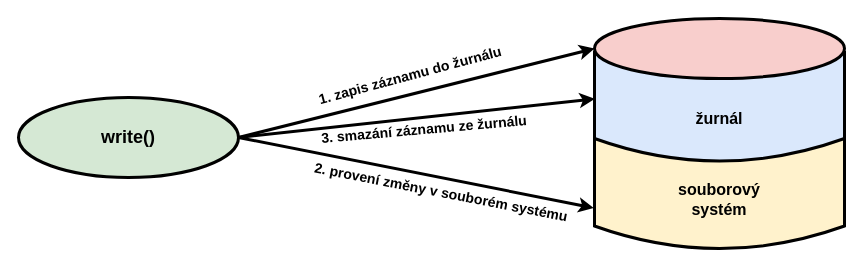
This is diagrams/journaling/journaling.drawio from Doly02/thesis, a draw.io file, before an edit. Source tidied: cells renumbered, new cells numbered last; positions are measured from the earlier drawing's top-left corner, leaving out a move shared by most shapes. Both pictures are drawn from the tidied source at 100%, with x=0, y=0 at pixel (18, -18).
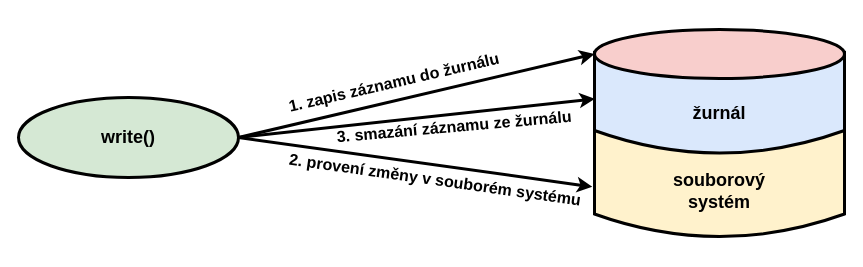
The same page after the edit.

What changed in the source:
```diff
@@
 <mxGraphModel>
   <root>
     <mxCell id="0" />
     <mxCell id="1" parent="0" />
     <mxCell id="2" value="&lt;font style=&quot;font-size: 18px;&quot;&gt;&lt;b style=&quot;&quot;&gt;write()&lt;/b&gt;&lt;/font&gt;" style="ellipse;whiteSpace=wrap;html=1;strokeWidth=3;fillColor=#d5e8d4;strokeColor=#000000;" parent="1" vertex="1">
       <mxGeometry y="115" width="220" height="80" as="geometry" />
     </mxCell>
     <mxCell id="3" style="endArrow=classic;html=1;rounded=0;exitX=1;exitY=0.5;exitDx=0;exitDy=0;entryX=0;entryY=0.5;entryDx=0;entryDy=0;strokeWidth=3;" parent="1" edge="1" source="2" target="8">
       <mxGeometry relative="1" as="geometry" />
     </mxCell>
     <mxCell id="4" style="endArrow=classic;html=1;rounded=0;entryX=0.579;entryY=0.001;entryDx=0;entryDy=0;strokeWidth=3;entryPerimeter=0;" parent="1" edge="1" target="7">
       <mxGeometry relative="1" as="geometry">
         <mxPoint x="220" y="155" as="sourcePoint" />
       </mxGeometry>
     </mxCell>
-    <mxCell id="5" style="endArrow=classic;html=1;rounded=0;strokeWidth=3;entryX=0.369;entryY=-0.003;entryDx=0;entryDy=0;entryPerimeter=0;" parent="1" edge="1" target="9">
+    <mxCell id="5" style="endArrow=classic;html=1;rounded=0;strokeWidth=3;entryX=0.469;entryY=-0.009;entryDx=0;entryDy=0;entryPerimeter=0;" parent="1" edge="1" target="9">
       <mxGeometry relative="1" as="geometry">
         <mxPoint x="220" y="155" as="sourcePoint" />
       </mxGeometry>
     </mxCell>
-    <mxCell id="6" style="group;" parent="1" vertex="1">
-      <mxGeometry x="576" y="36" width="250" height="230" as="geometry" />
-    </mxCell>
+    <mxCell id="12" value="&lt;b&gt;&lt;font style=&quot;font-size: 16px;&quot;&gt;2. provení změny v souborém systému&lt;/font&gt;&lt;/b&gt;" style="text;html=1;align=center;verticalAlign=middle;whiteSpace=wrap;rounded=0;rotation=8;" parent="1" vertex="1">
+      <mxGeometry x="266.5" y="185.2" width="299.5" height="24" as="geometry" />
+    </mxCell>
+    <mxCell id="13" value="&lt;b&gt;&lt;font style=&quot;font-size: 16px;&quot;&gt;1. zapis záznamu do žurnálu&lt;/font&gt;&lt;/b&gt;" style="text;html=1;align=left;verticalAlign=middle;whiteSpace=wrap;rounded=0;rotation=347;" parent="1" vertex="1">
+      <mxGeometry x="264.9" y="78.4" width="291" height="27" as="geometry" />
+    </mxCell>
+    <mxCell id="14" value="&lt;b&gt;&lt;font style=&quot;font-size: 16px;&quot;&gt;3. smazání záznamu ze žurnálu&lt;/font&gt;&lt;/b&gt;" style="text;html=1;align=center;verticalAlign=middle;whiteSpace=wrap;rounded=0;rotation=-5;" parent="1" vertex="1">
+      <mxGeometry x="301" y="129" width="270" height="30" as="geometry" />
+    </mxCell>
-    <mxCell id="7" style="shape=dataStorage;whiteSpace=wrap;html=1;fixedSize=1;rotation=-90;size=12.5;fillColor=#dae8fc;strokeColor=#000000;strokeWidth=3;" parent="6" vertex="1">
-      <mxGeometry x="70" y="-36" width="110" height="250" as="geometry" />
+    <mxCell id="7" style="shape=dataStorage;whiteSpace=wrap;html=1;fixedSize=1;rotation=-90;size=12.5;fillColor=#dae8fc;strokeColor=#000000;strokeWidth=3;" parent="1" vertex="1">
+      <mxGeometry x="646" width="110" height="250" as="geometry" />
     </mxCell>
-    <mxCell id="8" style="ellipse;whiteSpace=wrap;html=1;fillColor=#f8cecc;strokeColor=#000000;strokeWidth=3;" parent="6" vertex="1">
-      <mxGeometry width="250" height="60" as="geometry" />
+    <mxCell id="8" style="ellipse;whiteSpace=wrap;html=1;fillColor=#f8cecc;strokeColor=#000000;strokeWidth=3;" parent="1" vertex="1">
+      <mxGeometry x="576" y="47" width="250" height="49" as="geometry" />
     </mxCell>
-    <mxCell id="9" style="shape=dataStorage;whiteSpace=wrap;html=1;fixedSize=1;rotation=-90;size=22.5;fillColor=#fff2cc;strokeColor=#000000;strokeWidth=3;" parent="6" vertex="1">
-      <mxGeometry x="70" y="50" width="110" height="250" as="geometry" />
+    <mxCell id="9" style="shape=dataStorage;whiteSpace=wrap;html=1;fixedSize=1;rotation=-90;size=22.5;fillColor=#fff2cc;strokeColor=#000000;strokeWidth=3;" parent="1" vertex="1">
+      <mxGeometry x="648" y="76" width="106" height="250" as="geometry" />
     </mxCell>
-    <mxCell id="10" value="&lt;b&gt;&lt;font style=&quot;font-size: 16px;&quot;&gt;souborový systém&lt;/font&gt;&lt;/b&gt;" style="text;html=1;align=center;verticalAlign=middle;whiteSpace=wrap;rounded=0;" parent="6" vertex="1">
-      <mxGeometry x="62" y="160" width="126" height="42" as="geometry" />
+    <mxCell id="10" value="&lt;b&gt;&lt;font style=&quot;font-size: 18px;&quot;&gt;souborový systém&lt;/font&gt;&lt;/b&gt;" style="text;html=1;align=center;verticalAlign=middle;whiteSpace=wrap;rounded=0;" parent="1" vertex="1">
+      <mxGeometry x="638" y="188" width="126" height="42" as="geometry" />
     </mxCell>
-    <mxCell id="11" value="&lt;b&gt;&lt;font style=&quot;font-size: 16px;&quot;&gt;žurnál&lt;/font&gt;&lt;/b&gt;" style="text;html=1;align=center;verticalAlign=middle;whiteSpace=wrap;rounded=0;" parent="6" vertex="1">
-      <mxGeometry x="62" y="79" width="126" height="42" as="geometry" />
+    <mxCell id="11" value="&lt;b&gt;&lt;font style=&quot;font-size: 18px;&quot;&gt;žurnál&lt;/font&gt;&lt;/b&gt;" style="text;html=1;align=center;verticalAlign=middle;whiteSpace=wrap;rounded=0;" parent="1" vertex="1">
+      <mxGeometry x="638" y="110" width="126" height="42" as="geometry" />
     </mxCell>
-    <mxCell id="12" value="&lt;b&gt;&lt;font style=&quot;font-size: 14px;&quot;&gt;2. provení změny v souborém systému&lt;/font&gt;&lt;/b&gt;" style="text;html=1;align=center;verticalAlign=middle;whiteSpace=wrap;rounded=0;rotation=11;" parent="1" vertex="1">
-      <mxGeometry x="288" y="195" width="270" height="30" as="geometry" />
-    </mxCell>
-    <mxCell id="13" value="&lt;b&gt;&lt;font style=&quot;font-size: 14px;&quot;&gt;1. zapis záznamu do žurnálu&lt;/font&gt;&lt;/b&gt;" style="text;html=1;align=center;verticalAlign=middle;whiteSpace=wrap;rounded=0;rotation=-15;" parent="1" vertex="1">
-      <mxGeometry x="257" y="78" width="270" height="30" as="geometry" />
-    </mxCell>
-    <mxCell id="14" value="&lt;b&gt;&lt;font style=&quot;font-size: 14px;&quot;&gt;3. smazání záznamu ze žurnálu&lt;/font&gt;&lt;/b&gt;" style="text;html=1;align=center;verticalAlign=middle;whiteSpace=wrap;rounded=0;rotation=-5;" parent="1" vertex="1">
-      <mxGeometry x="271" y="132" width="270" height="30" as="geometry" />
-    </mxCell>
   </root>
 </mxGraphModel>
```
